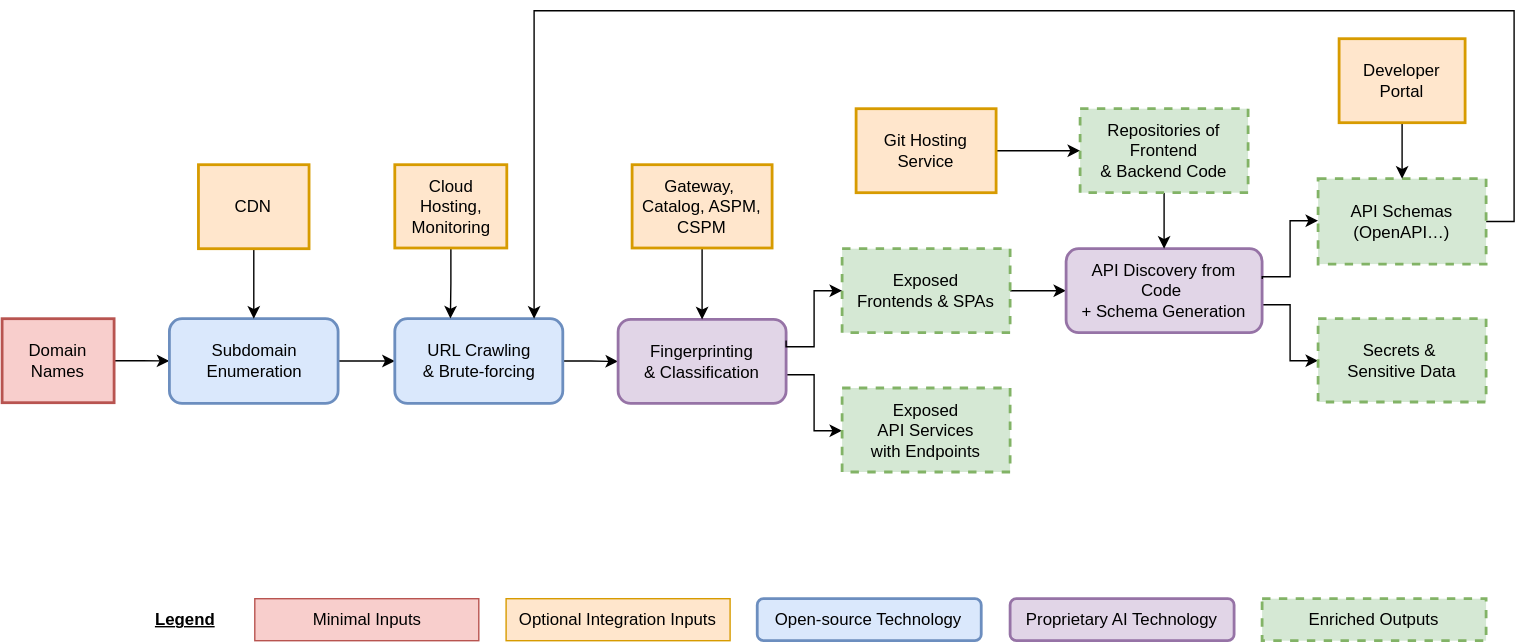
Above: docs/01-inventory/01-introduction/inventory-diagram.svg in Escape-Technologies/docs (draw.io), before the change. Source tidied: cells renumbered, new cells last; positions are measured from the earlier drawing's top-left corner, leaving out a move shared by most shapes.
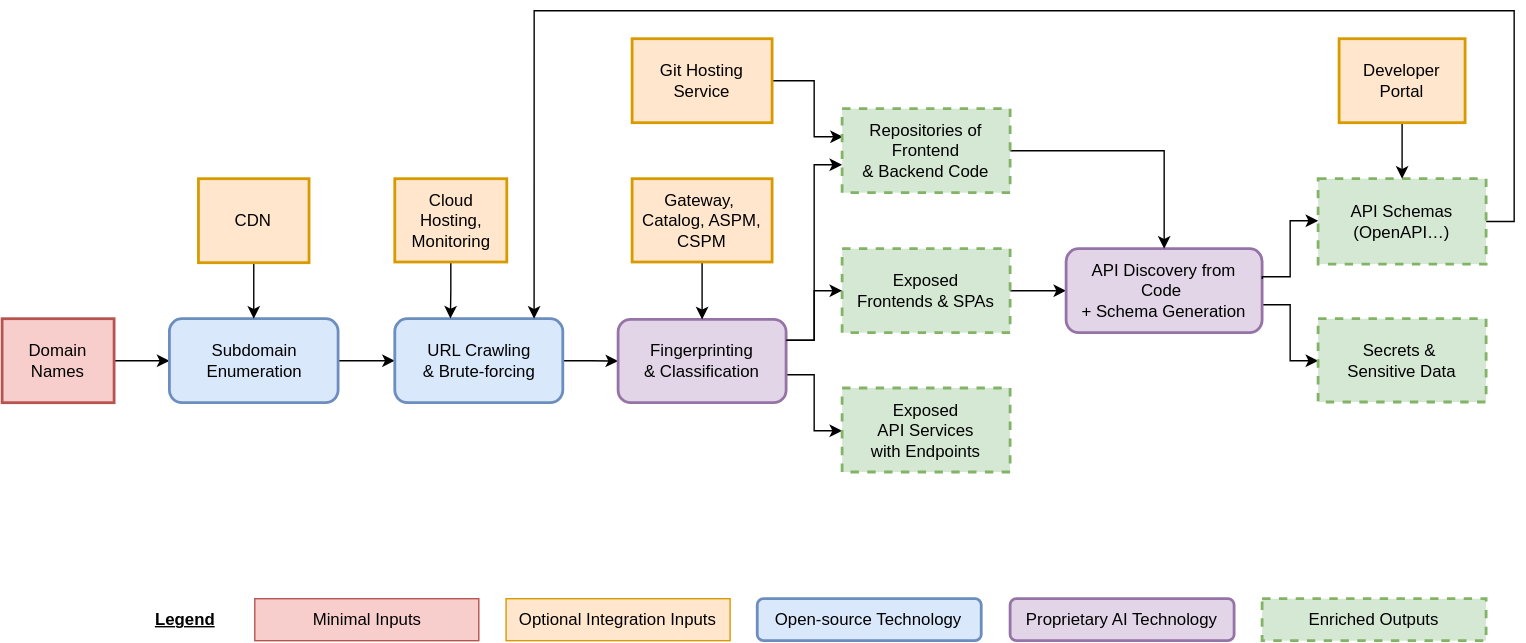
Later version of the same file.

Commit message:
fix: improve schema

What changed in the source:
```diff
@@ -12,13 +12,13 @@
       <mxGeometry relative="1" as="geometry" />
     </mxCell>
     <mxCell id="5" value="Subdomain&#10;Enumeration" style="whiteSpace=wrap;strokeWidth=2;rounded=1;fillColor=#dae8fc;strokeColor=#6c8ebf;" parent="1" vertex="1">
-      <mxGeometry x="119.5" y="220" width="120.5" height="60.5" as="geometry" />
+      <mxGeometry x="119.5" y="220" width="120.5" height="60" as="geometry" />
     </mxCell>
     <mxCell id="6" style="edgeStyle=orthogonalEdgeStyle;rounded=0;jettySize=auto;html=1;" parent="1" edge="1" source="7" target="9">
       <mxGeometry relative="1" as="geometry" />
     </mxCell>
     <mxCell id="7" value="URL Crawling&#10;&amp; Brute-forcing" style="whiteSpace=wrap;strokeWidth=2;rounded=1;fillColor=#dae8fc;strokeColor=#6c8ebf;" parent="1" vertex="1">
-      <mxGeometry x="280.5" y="220" width="120" height="60.5" as="geometry" />
+      <mxGeometry x="280.5" y="220" width="120" height="60" as="geometry" />
     </mxCell>
     <mxCell id="8" style="edgeStyle=orthogonalEdgeStyle;rounded=0;jettySize=auto;html=1;" parent="1" edge="1" source="9" target="22">
       <mxGeometry relative="1" as="geometry">
@@ -28,8 +28,16 @@
         </Array>
       </mxGeometry>
     </mxCell>
+    <mxCell id="38" style="edgeStyle=orthogonalEdgeStyle;rounded=0;jettySize=auto;html=1;exitX=1;exitY=0.25;exitDx=0;exitDy=0;" parent="1" edge="1" source="9" target="29">
+      <mxGeometry relative="1" as="geometry">
+        <Array as="points">
+          <mxPoint x="580" y="235" />
+          <mxPoint x="580" y="110" />
+        </Array>
+      </mxGeometry>
+    </mxCell>
     <mxCell id="9" value="Fingerprinting&#10;&amp; Classification" style="whiteSpace=wrap;strokeWidth=2;rounded=1;fillColor=#e1d5e7;strokeColor=#9673a6;" parent="1" vertex="1">
-      <mxGeometry x="440" y="220.5" width="120" height="60" as="geometry" />
+      <mxGeometry x="440" y="220.5" width="120" height="59.5" as="geometry" />
     </mxCell>
     <mxCell id="10" style="edgeStyle=orthogonalEdgeStyle;rounded=0;jettySize=auto;html=1;entryX=0;entryY=0.5;entryDx=0;entryDy=0;" parent="1" edge="1" source="11" target="13">
       <mxGeometry relative="1" as="geometry" />
@@ -49,29 +57,35 @@
     <mxCell id="13" value="API Discovery from Code &#10;+ Schema Generation" style="whiteSpace=wrap;strokeWidth=2;rounded=1;glass=0;fillColor=#e1d5e7;strokeColor=#9673a6;" parent="1" vertex="1">
       <mxGeometry x="760" y="170" width="140" height="60" as="geometry" />
     </mxCell>
-    <mxCell id="14" style="edgeStyle=orthogonalEdgeStyle;rounded=0;jettySize=auto;html=1;entryX=0;entryY=0.5;entryDx=0;entryDy=0;" parent="1" edge="1" source="15" target="29">
-      <mxGeometry relative="1" as="geometry" />
+    <mxCell id="14" style="edgeStyle=orthogonalEdgeStyle;rounded=0;jettySize=auto;html=1;entryX=0.004;entryY=0.346;entryDx=0;entryDy=0;entryPerimeter=0;" parent="1" edge="1" source="15" target="29">
+      <mxGeometry relative="1" as="geometry">
+        <Array as="points">
+          <mxPoint x="580" y="50" />
+          <mxPoint x="580" y="90" />
+          <mxPoint x="600" y="90" />
+        </Array>
+      </mxGeometry>
     </mxCell>
     <mxCell id="15" value="Git Hosting Service" style="whiteSpace=wrap;strokeWidth=2;fillColor=#ffe6cc;strokeColor=#d79b00;fontStyle=0;" parent="1" vertex="1">
-      <mxGeometry x="610" y="70" width="100" height="60" as="geometry" />
+      <mxGeometry x="450" y="20" width="100" height="60" as="geometry" />
     </mxCell>
     <mxCell id="16" style="edgeStyle=orthogonalEdgeStyle;rounded=0;jettySize=auto;html=1;entryX=0.331;entryY=-0.002;entryDx=0;entryDy=0;entryPerimeter=0;" parent="1" edge="1" source="17" target="7">
       <mxGeometry relative="1" as="geometry" />
     </mxCell>
     <mxCell id="17" value="Cloud Hosting,&#10;Monitoring" style="whiteSpace=wrap;strokeWidth=2;fillColor=#ffe6cc;strokeColor=#d79b00;" parent="1" vertex="1">
-      <mxGeometry x="280.5" y="110" width="80" height="59.5" as="geometry" />
+      <mxGeometry x="280.5" y="120" width="80" height="59.5" as="geometry" />
     </mxCell>
     <mxCell id="18" style="edgeStyle=orthogonalEdgeStyle;rounded=0;jettySize=auto;html=1;" parent="1" edge="1" source="19" target="5">
       <mxGeometry relative="1" as="geometry" />
     </mxCell>
     <mxCell id="19" value="CDN" style="whiteSpace=wrap;strokeWidth=2;fillColor=#ffe6cc;strokeColor=#d79b00;" parent="1" vertex="1">
-      <mxGeometry x="140.2" y="110" width="79" height="60" as="geometry" />
+      <mxGeometry x="140.2" y="120" width="79" height="60" as="geometry" />
     </mxCell>
     <mxCell id="20" style="edgeStyle=orthogonalEdgeStyle;rounded=0;jettySize=auto;html=1;" parent="1" edge="1" source="21" target="9">
       <mxGeometry relative="1" as="geometry" />
     </mxCell>
     <mxCell id="21" value="Gateway, &#10;Catalog, ASPM, CSPM" style="whiteSpace=wrap;strokeWidth=2;fillColor=#ffe6cc;strokeColor=#d79b00;" parent="1" vertex="1">
-      <mxGeometry x="450" y="110" width="100" height="59.5" as="geometry" />
+      <mxGeometry x="450" y="120" width="100" height="59.5" as="geometry" />
     </mxCell>
     <mxCell id="22" value="Exposed&#10;API Services&#10;with Endpoints" style="whiteSpace=wrap;strokeWidth=2;dashed=1;fillColor=#d5e8d4;strokeColor=#82b366;" parent="1" vertex="1">
       <mxGeometry x="600" y="269.5" width="120" height="60" as="geometry" />
@@ -95,8 +109,7 @@
     <mxCell id="26" style="edgeStyle=orthogonalEdgeStyle;rounded=0;jettySize=auto;html=1;exitX=1;exitY=0.25;exitDx=0;exitDy=0;entryX=0;entryY=0.5;entryDx=0;entryDy=0;" parent="1" edge="1" source="9" target="11">
       <mxGeometry relative="1" as="geometry">
         <Array as="points">
-          <mxPoint x="560" y="240" />
-          <mxPoint x="580" y="240" />
+          <mxPoint x="580" y="236" />
           <mxPoint x="580" y="200" />
         </Array>
       </mxGeometry>
@@ -115,7 +128,7 @@
       <mxGeometry relative="1" as="geometry" />
     </mxCell>
     <mxCell id="29" value="Repositories of Frontend&#10;&amp; Backend Code" style="whiteSpace=wrap;strokeWidth=2;dashed=1;fillColor=#d5e8d4;strokeColor=#82b366;" parent="1" vertex="1">
-      <mxGeometry x="770" y="70" width="120" height="60" as="geometry" />
+      <mxGeometry x="600" y="70" width="120" height="60" as="geometry" />
     </mxCell>
     <mxCell id="30" value="Optional Integration Inputs" style="rounded=0;whiteSpace=wrap;html=1;fillColor=#ffe6cc;strokeColor=#d79b00;" parent="1" vertex="1">
       <mxGeometry x="360" y="420" width="160" height="30" as="geometry" />
```
